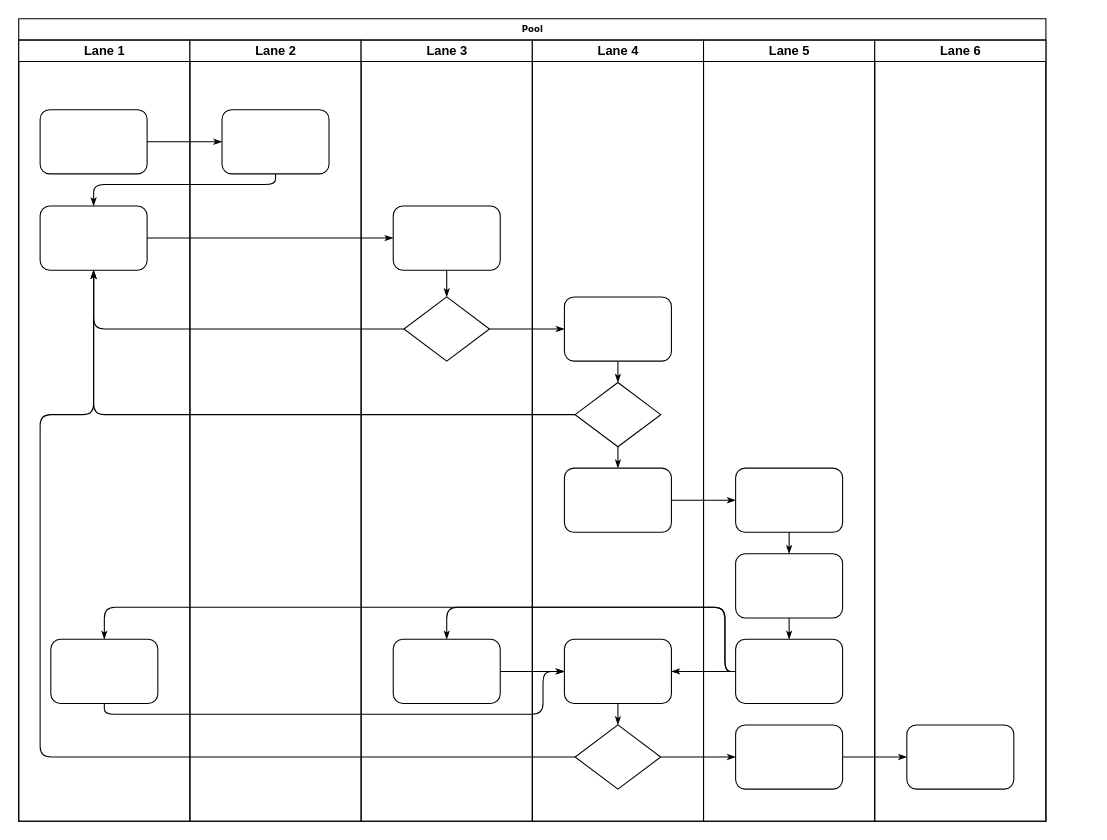
This is Untitled Diagram.drawio from Jackimaru96/AI-Sudoku, a draw.io file, before an edit. Source tidied: cells renumbered, new cells numbered last; positions are measured from the earlier drawing's top-left corner, leaving out a move shared by most shapes. Both pictures are drawn from the tidied source at 107%, with x=0, y=0 at pixel (18, 18).
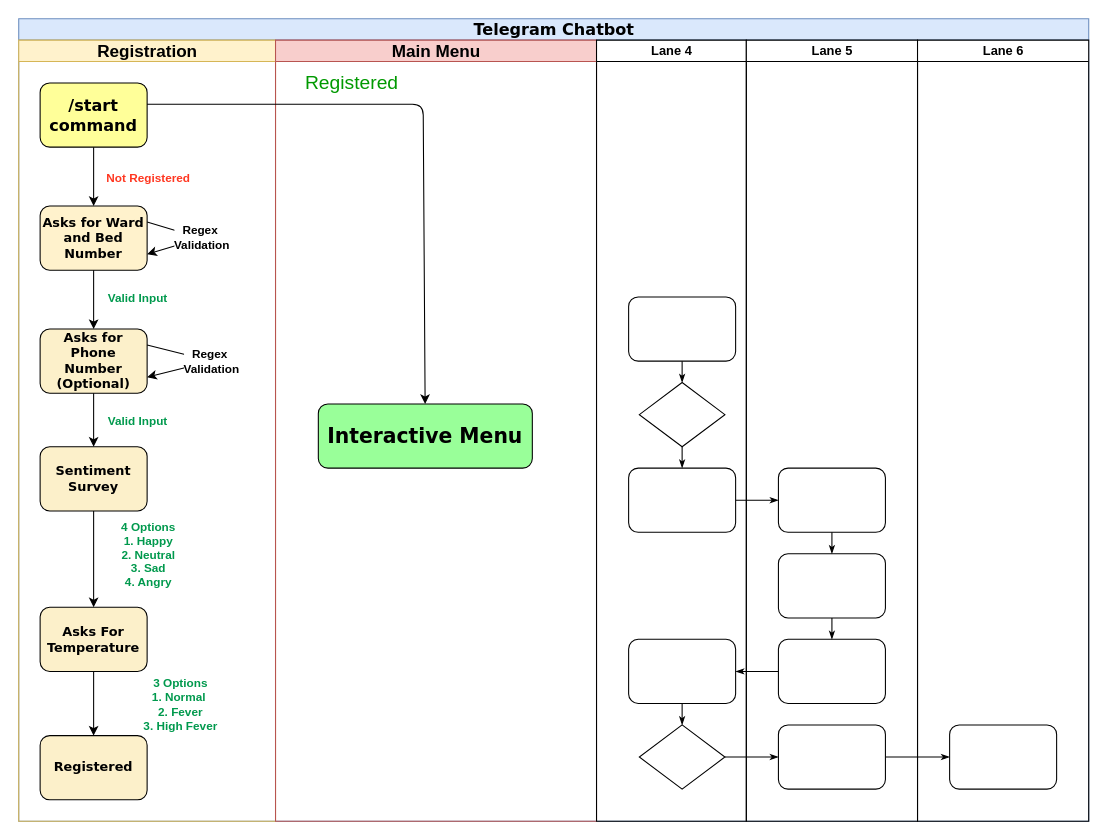
The same page after the edit.

The change refers to these unchanged cells:
```xml
<mxCell id="30" style="rounded=1;whiteSpace=wrap;html=1;shadow=0;labelBackgroundColor=none;strokeWidth=1;fontFamily=Verdana;fontSize=8;align=center;" parent="29" vertex="1">
  <mxGeometry x="30" y="240" width="100" height="60" as="geometry" />
</mxCell>
<mxCell id="31" style="rhombus;whiteSpace=wrap;html=1;rounded=0;shadow=0;labelBackgroundColor=none;strokeWidth=1;fontFamily=Verdana;fontSize=8;align=center;" parent="29" vertex="1">
  <mxGeometry x="40" y="320" width="80" height="60" as="geometry" />
</mxCell>
<mxCell id="33" style="rounded=1;whiteSpace=wrap;html=1;shadow=0;labelBackgroundColor=none;strokeWidth=1;fontFamily=Verdana;fontSize=8;align=center;" parent="29" vertex="1">
  <mxGeometry x="30" y="560" width="100" height="60" as="geometry" />
</mxCell>
<mxCell id="34" style="rhombus;whiteSpace=wrap;html=1;rounded=0;shadow=0;labelBackgroundColor=none;strokeWidth=1;fontFamily=Verdana;fontSize=8;align=center;" parent="29" vertex="1">
  <mxGeometry x="40" y="640" width="80" height="60" as="geometry" />
</mxCell>
<mxCell id="41" style="rounded=1;whiteSpace=wrap;html=1;shadow=0;labelBackgroundColor=none;strokeWidth=1;fontFamily=Verdana;fontSize=8;align=center;" parent="38" vertex="1">
  <mxGeometry x="30" y="560" width="100" height="60" as="geometry" />
</mxCell>
```

Diff of the diagram source:
```diff
@@
-    <mxCell id="2" value="Pool" style="swimlane;html=1;startSize=20;rounded=0;shadow=0;labelBackgroundColor=none;strokeWidth=1;fontFamily=Verdana;fontSize=8;align=center;" parent="1" vertex="1">
-      <mxGeometry width="960" height="750" as="geometry" />
+    <mxCell id="2" value="&lt;font style=&quot;font-size: 15px&quot;&gt;Telegram Chatbot&lt;/font&gt;" style="swimlane;html=1;startSize=20;rounded=0;shadow=0;labelBackgroundColor=none;strokeWidth=1;fontFamily=Verdana;fontSize=8;align=center;fillColor=#dae8fc;strokeColor=#6c8ebf;" parent="1" vertex="1">
+      <mxGeometry width="1000" height="750" as="geometry" />
     </mxCell>
-    <mxCell id="3" value="Lane 1" style="swimlane;html=1;startSize=20;" parent="2" vertex="1">
-      <mxGeometry y="20" width="160" height="730" as="geometry" />
-    </mxCell>
-    <mxCell id="4" style="rounded=1;whiteSpace=wrap;html=1;shadow=0;labelBackgroundColor=none;strokeWidth=1;fontFamily=Verdana;fontSize=8;align=center;" parent="3" vertex="1">
-      <mxGeometry x="20" y="65" width="100" height="60" as="geometry" />
-    </mxCell>
-    <mxCell id="5" style="rounded=1;whiteSpace=wrap;html=1;shadow=0;labelBackgroundColor=none;strokeWidth=1;fontFamily=Verdana;fontSize=8;align=center;" parent="3" vertex="1">
-      <mxGeometry x="20" y="155" width="100" height="60" as="geometry" />
-    </mxCell>
-    <mxCell id="6" style="rounded=1;whiteSpace=wrap;html=1;shadow=0;labelBackgroundColor=none;strokeWidth=1;fontFamily=Verdana;fontSize=8;align=center;" parent="3" vertex="1">
-      <mxGeometry x="30" y="560" width="100" height="60" as="geometry" />
-    </mxCell>
-    <mxCell id="7" style="edgeStyle=orthogonalEdgeStyle;rounded=1;html=1;labelBackgroundColor=none;startArrow=none;startFill=0;startSize=5;endArrow=classicThin;endFill=1;endSize=5;jettySize=auto;strokeWidth=1;fontFamily=Verdana;fontSize=8;" parent="2" edge="1" source="4" target="23">
-      <mxGeometry relative="1" as="geometry" />
-    </mxCell>
-    <mxCell id="8" style="edgeStyle=orthogonalEdgeStyle;rounded=1;html=1;labelBackgroundColor=none;startArrow=none;startFill=0;startSize=5;endArrow=classicThin;endFill=1;endSize=5;jettySize=auto;strokeWidth=1;fontFamily=Verdana;fontSize=8;" parent="2" edge="1" source="23" target="5">
-      <mxGeometry relative="1" as="geometry">
-        <Array as="points">
-          <mxPoint x="240" y="155" />
-          <mxPoint x="70" y="155" />
-        </Array>
-      </mxGeometry>
-    </mxCell>
-    <mxCell id="9" style="edgeStyle=orthogonalEdgeStyle;rounded=1;html=1;labelBackgroundColor=none;startArrow=none;startFill=0;startSize=5;endArrow=classicThin;endFill=1;endSize=5;jettySize=auto;strokeWidth=1;fontFamily=Verdana;fontSize=8;" parent="2" edge="1" source="5" target="25">
-      <mxGeometry relative="1" as="geometry" />
-    </mxCell>
-    <mxCell id="10" style="edgeStyle=orthogonalEdgeStyle;rounded=1;html=1;labelBackgroundColor=none;startArrow=none;startFill=0;startSize=5;endArrow=classicThin;endFill=1;endSize=5;jettySize=auto;strokeWidth=1;fontFamily=Verdana;fontSize=8;" parent="2" edge="1" source="26" target="5">
-      <mxGeometry relative="1" as="geometry" />
-    </mxCell>
-    <mxCell id="11" style="edgeStyle=orthogonalEdgeStyle;rounded=1;html=1;labelBackgroundColor=none;startArrow=none;startFill=0;startSize=5;endArrow=classicThin;endFill=1;endSize=5;jettySize=auto;strokeWidth=1;fontFamily=Verdana;fontSize=8;" parent="2" edge="1" source="31" target="5">
-      <mxGeometry relative="1" as="geometry" />
-    </mxCell>
-    <mxCell id="12" style="edgeStyle=orthogonalEdgeStyle;rounded=1;html=1;labelBackgroundColor=none;startArrow=none;startFill=0;startSize=5;endArrow=classicThin;endFill=1;endSize=5;jettySize=auto;strokeWidth=1;fontFamily=Verdana;fontSize=8;" parent="2" edge="1" source="34" target="5">
-      <mxGeometry relative="1" as="geometry">
-        <Array as="points">
-          <mxPoint x="20" y="690" />
-          <mxPoint x="20" y="370" />
-          <mxPoint x="70" y="370" />
-        </Array>
-      </mxGeometry>
-    </mxCell>
-    <mxCell id="13" style="edgeStyle=orthogonalEdgeStyle;rounded=1;html=1;labelBackgroundColor=none;startArrow=none;startFill=0;startSize=5;endArrow=classicThin;endFill=1;endSize=5;jettySize=auto;strokeWidth=1;fontFamily=Verdana;fontSize=8;" parent="2" edge="1" source="26" target="30">
-      <mxGeometry relative="1" as="geometry" />
-    </mxCell>
@@
-    <mxCell id="17" style="edgeStyle=orthogonalEdgeStyle;rounded=1;html=1;labelBackgroundColor=none;startArrow=none;startFill=0;startSize=5;endArrow=classicThin;endFill=1;endSize=5;jettySize=auto;strokeWidth=1;fontFamily=Verdana;fontSize=8;" parent="2" edge="1" source="41" target="27">
-      <mxGeometry relative="1" as="geometry">
-        <Array as="points">
-          <mxPoint x="660" y="610" />
-          <mxPoint x="660" y="550" />
-          <mxPoint x="400" y="550" />
-        </Array>
-      </mxGeometry>
-    </mxCell>
@@
-    <mxCell id="19" style="edgeStyle=orthogonalEdgeStyle;rounded=1;html=1;labelBackgroundColor=none;startArrow=none;startFill=0;startSize=5;endArrow=classicThin;endFill=1;endSize=5;jettySize=auto;strokeWidth=1;fontFamily=Verdana;fontSize=8;" parent="2" edge="1" source="41" target="6">
-      <mxGeometry relative="1" as="geometry">
-        <Array as="points">
-          <mxPoint x="660" y="610" />
-          <mxPoint x="660" y="550" />
-          <mxPoint x="80" y="550" />
-        </Array>
-      </mxGeometry>
-    </mxCell>
-    <mxCell id="20" style="edgeStyle=orthogonalEdgeStyle;rounded=1;html=1;labelBackgroundColor=none;startArrow=none;startFill=0;startSize=5;endArrow=classicThin;endFill=1;endSize=5;jettySize=auto;strokeWidth=1;fontFamily=Verdana;fontSize=8;" parent="2" edge="1" source="6" target="33">
-      <mxGeometry relative="1" as="geometry">
-        <Array as="points">
-          <mxPoint x="80" y="650" />
-          <mxPoint x="490" y="650" />
-          <mxPoint x="490" y="610" />
-        </Array>
-      </mxGeometry>
-    </mxCell>
-    <mxCell id="21" style="edgeStyle=orthogonalEdgeStyle;rounded=1;html=1;labelBackgroundColor=none;startArrow=none;startFill=0;startSize=5;endArrow=classicThin;endFill=1;endSize=5;jettySize=auto;strokeWidth=1;fontFamily=Verdana;fontSize=8;" parent="2" edge="1" source="27" target="33">
-      <mxGeometry relative="1" as="geometry" />
-    </mxCell>
+    <mxCell id="3" value="&lt;font style=&quot;font-size: 16px&quot;&gt;Registration&lt;/font&gt;" style="swimlane;html=1;startSize=20;fillColor=#fff2cc;strokeColor=#d6b656;" parent="2" vertex="1">
+      <mxGeometry y="20" width="240" height="730" as="geometry" />
+    </mxCell>
+    <mxCell id="6" value="&lt;b style=&quot;font-size: 12px&quot;&gt;Asks for Phone Number (Optional)&lt;/b&gt;" style="rounded=1;whiteSpace=wrap;html=1;shadow=0;labelBackgroundColor=none;strokeWidth=1;fontFamily=Verdana;fontSize=8;align=center;fillColor=#FCF0CA;" parent="3" vertex="1">
+      <mxGeometry x="20" y="270" width="100" height="60" as="geometry" />
+    </mxCell>
+    <mxCell id="47" value="&lt;b style=&quot;font-size: 12px&quot;&gt;Sentiment Survey&lt;/b&gt;" style="rounded=1;whiteSpace=wrap;html=1;shadow=0;labelBackgroundColor=none;strokeWidth=1;fontFamily=Verdana;fontSize=8;align=center;fillColor=#FCF0CA;" parent="3" vertex="1">
+      <mxGeometry x="20" y="380" width="100" height="60" as="geometry" />
+    </mxCell>
+    <mxCell id="48" value="&lt;b style=&quot;font-size: 12px&quot;&gt;Asks For Temperature&lt;/b&gt;" style="rounded=1;whiteSpace=wrap;html=1;shadow=0;labelBackgroundColor=none;strokeWidth=1;fontFamily=Verdana;fontSize=8;align=center;fillColor=#FCF0CA;" parent="3" vertex="1">
+      <mxGeometry x="20" y="530" width="100" height="60" as="geometry" />
+    </mxCell>
+    <mxCell id="49" value="&lt;b style=&quot;font-size: 12px&quot;&gt;Registered&lt;/b&gt;" style="rounded=1;whiteSpace=wrap;html=1;shadow=0;labelBackgroundColor=none;strokeWidth=1;fontFamily=Verdana;fontSize=8;align=center;fillColor=#FCF0CA;" parent="3" vertex="1">
+      <mxGeometry x="20" y="650" width="100" height="60" as="geometry" />
+    </mxCell>
+    <mxCell id="50" style="edgeStyle=orthogonalEdgeStyle;rounded=0;orthogonalLoop=1;jettySize=auto;html=1;exitX=0.5;exitY=1;exitDx=0;exitDy=0;" parent="3" edge="1">
+      <mxGeometry relative="1" as="geometry">
+        <mxPoint x="140" y="630" as="sourcePoint" />
+        <mxPoint x="140" y="630" as="targetPoint" />
+      </mxGeometry>
+    </mxCell>
+    <mxCell id="51" style="endArrow=classic;html=1;exitX=1;exitY=0.25;exitDx=0;exitDy=0;entryX=1;entryY=0.75;entryDx=0;entryDy=0;exitPerimeter=0;" parent="3" edge="1" source="53" target="53">
+      <mxGeometry relative="1" as="geometry">
+        <Array as="points">
+          <mxPoint x="170" y="185" />
+        </Array>
+      </mxGeometry>
+    </mxCell>
+    <mxCell id="52" value="&lt;b&gt;Regex&amp;nbsp;&lt;br&gt;Validation&lt;/b&gt;" style="edgeLabel;html=1;align=center;verticalAlign=middle;" parent="51" vertex="1">
+      <mxGeometry relative="1" as="geometry" />
+    </mxCell>
+    <mxCell id="53" value="&lt;font style=&quot;font-size: 12px&quot;&gt;&lt;b&gt;Asks for Ward and Bed Number&lt;/b&gt;&lt;/font&gt;" style="rounded=1;whiteSpace=wrap;html=1;shadow=0;labelBackgroundColor=none;strokeWidth=1;fontFamily=Verdana;fontSize=8;align=center;fillColor=#FFF2CC;" parent="3" vertex="1">
+      <mxGeometry x="20" y="155" width="100" height="60" as="geometry" />
+    </mxCell>
+    <mxCell id="54" value="&lt;b&gt;&lt;font style=&quot;font-size: 15px&quot;&gt;/start command&lt;/font&gt;&lt;/b&gt;" style="rounded=1;whiteSpace=wrap;html=1;shadow=0;labelBackgroundColor=none;strokeWidth=1;fontFamily=Verdana;fontSize=8;align=center;fillColor=#FFFF99;" parent="3" vertex="1">
+      <mxGeometry x="20" y="40" width="100" height="60" as="geometry" />
+    </mxCell>
+    <mxCell id="55" style="endArrow=classic;html=1;exitX=0.5;exitY=1;exitDx=0;exitDy=0;" parent="3" edge="1" source="54" target="53">
+      <mxGeometry relative="1" as="geometry" />
+    </mxCell>
+    <mxCell id="56" value="&lt;font color=&quot;#ff3721&quot;&gt;&lt;b&gt;Not Registered&lt;/b&gt;&lt;/font&gt;" style="edgeLabel;html=1;align=center;verticalAlign=middle;" parent="55" vertex="1">
+      <mxGeometry relative="1" as="geometry">
+        <mxPoint x="50" as="offset" />
+      </mxGeometry>
+    </mxCell>
+    <mxCell id="57" style="endArrow=classic;html=1;exitX=0.5;exitY=1;exitDx=0;exitDy=0;entryX=0.5;entryY=0;entryDx=0;entryDy=0;" parent="3" edge="1" source="53" target="6">
+      <mxGeometry relative="1" as="geometry" />
+    </mxCell>
+    <mxCell id="58" value="&lt;b&gt;&lt;font color=&quot;#00994d&quot;&gt;Valid Input&lt;/font&gt;&lt;/b&gt;" style="edgeLabel;html=1;align=center;verticalAlign=middle;" parent="57" vertex="1">
+      <mxGeometry relative="1" as="geometry">
+        <mxPoint x="40" y="-3" as="offset" />
+      </mxGeometry>
+    </mxCell>
+    <mxCell id="59" style="endArrow=classic;html=1;exitX=0.5;exitY=1;exitDx=0;exitDy=0;entryX=0.5;entryY=0;entryDx=0;entryDy=0;" parent="3" edge="1" source="6" target="47">
+      <mxGeometry relative="1" as="geometry" />
+    </mxCell>
+    <mxCell id="60" value="&lt;b&gt;&lt;font color=&quot;#00994d&quot;&gt;Valid Input&lt;/font&gt;&lt;/b&gt;" style="edgeLabel;html=1;align=center;verticalAlign=middle;" parent="59" vertex="1">
+      <mxGeometry relative="1" as="geometry">
+        <mxPoint x="40" as="offset" />
+      </mxGeometry>
+    </mxCell>
+    <mxCell id="61" style="endArrow=classic;html=1;exitX=0.5;exitY=1;exitDx=0;exitDy=0;entryX=0.5;entryY=0;entryDx=0;entryDy=0;" parent="3" edge="1" source="47" target="48">
+      <mxGeometry relative="1" as="geometry" />
+    </mxCell>
+    <mxCell id="62" value="&lt;b&gt;&lt;font color=&quot;#00994d&quot;&gt;4 Options&lt;br&gt;1. Happy&lt;br&gt;2. Neutral&lt;br&gt;3. Sad&lt;br&gt;4. Angry&lt;br&gt;&lt;/font&gt;&lt;/b&gt;" style="edgeLabel;html=1;align=center;verticalAlign=middle;" parent="61" vertex="1">
+      <mxGeometry relative="1" as="geometry">
+        <mxPoint x="50" y="-5" as="offset" />
+      </mxGeometry>
+    </mxCell>
+    <mxCell id="63" style="endArrow=classic;html=1;exitX=1;exitY=0.25;exitDx=0;exitDy=0;entryX=1;entryY=0.75;entryDx=0;entryDy=0;" parent="3" edge="1" source="6" target="6">
+      <mxGeometry relative="1" as="geometry">
+        <Array as="points">
+          <mxPoint x="180" y="300" />
+        </Array>
+      </mxGeometry>
+    </mxCell>
+    <mxCell id="64" value="&lt;b&gt;Regex&amp;nbsp;&lt;br&gt;Validation&lt;/b&gt;" style="edgeLabel;html=1;align=center;verticalAlign=middle;" parent="63" vertex="1">
+      <mxGeometry relative="1" as="geometry" />
+    </mxCell>
+    <mxCell id="65" style="endArrow=classic;html=1;" parent="3" edge="1">
+      <mxGeometry relative="1" as="geometry">
+        <mxPoint x="70" y="590" as="sourcePoint" />
+        <mxPoint x="70" y="650" as="targetPoint" />
+      </mxGeometry>
+    </mxCell>
+    <mxCell id="66" value="&lt;b&gt;&lt;font color=&quot;#00994d&quot;&gt;3 Options&lt;br&gt;1. Normal&amp;nbsp;&lt;br&gt;2. Fever&lt;br&gt;3. High Fever&lt;br&gt;&lt;/font&gt;&lt;/b&gt;" style="edgeLabel;html=1;align=center;verticalAlign=middle;" parent="65" vertex="1">
+      <mxGeometry relative="1" as="geometry">
+        <mxPoint x="80" as="offset" />
+      </mxGeometry>
+    </mxCell>
-    <mxCell id="22" value="Lane 2" style="swimlane;html=1;startSize=20;" parent="2" vertex="1">
-      <mxGeometry x="160" y="20" width="160" height="730" as="geometry" />
+    <mxCell id="22" value="&lt;font style=&quot;font-size: 16px&quot;&gt;Main Menu&lt;/font&gt;" style="swimlane;html=1;startSize=20;fillColor=#f8cecc;strokeColor=#b85450;" parent="2" vertex="1">
+      <mxGeometry x="240" y="20" width="300" height="730" as="geometry" />
     </mxCell>
-    <mxCell id="23" style="rounded=1;whiteSpace=wrap;html=1;shadow=0;labelBackgroundColor=none;strokeWidth=1;fontFamily=Verdana;fontSize=8;align=center;" parent="22" vertex="1">
-      <mxGeometry x="30" y="65" width="100" height="60" as="geometry" />
+    <mxCell id="23" value="&lt;font style=&quot;font-size: 19px&quot;&gt;&lt;b&gt;Interactive Menu&lt;/b&gt;&lt;/font&gt;" style="rounded=1;whiteSpace=wrap;html=1;shadow=0;labelBackgroundColor=none;strokeWidth=1;fontFamily=Verdana;fontSize=8;align=center;fillColor=#99FF99;" parent="22" vertex="1">
+      <mxGeometry x="40" y="340" width="200" height="60" as="geometry" />
     </mxCell>
-    <mxCell id="24" value="Lane 3" style="swimlane;html=1;startSize=20;" parent="2" vertex="1">
-      <mxGeometry x="320" y="20" width="160" height="730" as="geometry" />
-    </mxCell>
-    <mxCell id="25" style="rounded=1;whiteSpace=wrap;html=1;shadow=0;labelBackgroundColor=none;strokeWidth=1;fontFamily=Verdana;fontSize=8;align=center;" parent="24" vertex="1">
-      <mxGeometry x="30" y="155" width="100" height="60" as="geometry" />
-    </mxCell>
-    <mxCell id="26" style="rhombus;whiteSpace=wrap;html=1;rounded=0;shadow=0;labelBackgroundColor=none;strokeWidth=1;fontFamily=Verdana;fontSize=8;align=center;" parent="24" vertex="1">
-      <mxGeometry x="40" y="240" width="80" height="60" as="geometry" />
-    </mxCell>
-    <mxCell id="27" style="rounded=1;whiteSpace=wrap;html=1;shadow=0;labelBackgroundColor=none;strokeWidth=1;fontFamily=Verdana;fontSize=8;align=center;" parent="24" vertex="1">
-      <mxGeometry x="30" y="560" width="100" height="60" as="geometry" />
-    </mxCell>
-    <mxCell id="28" style="edgeStyle=orthogonalEdgeStyle;rounded=1;html=1;labelBackgroundColor=none;startArrow=none;startFill=0;startSize=5;endArrow=classicThin;endFill=1;endSize=5;jettySize=auto;strokeWidth=1;fontFamily=Verdana;fontSize=8;" parent="24" edge="1" source="25" target="26">
-      <mxGeometry relative="1" as="geometry" />
-    </mxCell>
     <mxCell id="29" value="Lane 4" style="swimlane;html=1;startSize=20;" parent="2" vertex="1">
-      <mxGeometry x="480" y="20" width="160" height="730" as="geometry" />
+      <mxGeometry x="540" y="20" width="140" height="730" as="geometry" />
     </mxCell>
@@
     <mxCell id="38" value="Lane 5" style="swimlane;html=1;startSize=20;" parent="2" vertex="1">
-      <mxGeometry x="640" y="20" width="160" height="730" as="geometry" />
+      <mxGeometry x="680" y="20" width="160" height="730" as="geometry" />
     </mxCell>
@@
     <mxCell id="45" value="Lane 6" style="swimlane;html=1;startSize=20;" parent="2" vertex="1">
-      <mxGeometry x="800" y="20" width="160" height="730" as="geometry" />
+      <mxGeometry x="840" y="20" width="160" height="730" as="geometry" />
     </mxCell>
@@
+    <mxCell id="67" style="endArrow=classic;html=1;" parent="2" edge="1" target="23">
+      <mxGeometry relative="1" as="geometry">
+        <mxPoint x="120" y="80" as="sourcePoint" />
+        <Array as="points">
+          <mxPoint x="378" y="80" />
+        </Array>
+      </mxGeometry>
+    </mxCell>
+    <mxCell id="68" value="&lt;font color=&quot;#009900&quot; style=&quot;font-size: 18px&quot;&gt;Registered&lt;/font&gt;" style="edgeLabel;html=1;align=center;verticalAlign=middle;" parent="67" vertex="1">
+      <mxGeometry relative="1" as="geometry">
+        <mxPoint x="-68" y="-31" as="offset" />
+      </mxGeometry>
+    </mxCell>
```
